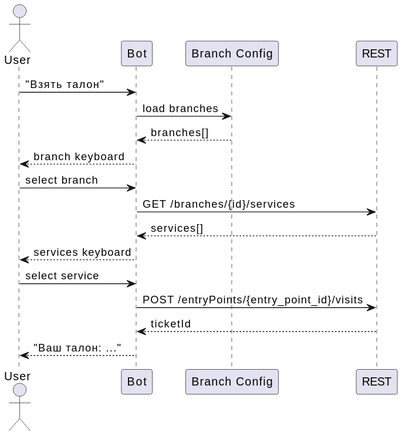
Earlier version of the PlantUML export docs/diagrams/ticket-sequence.svg (psokolov25/chatbot). Source of this version:
```plantuml
@startuml
skinparam backgroundColor transparent
actor User
participant Bot
participant "Branch Config" as Config
participant REST

User -> Bot: "Взять талон"
Bot -> Config: load branches
Config --> Bot: branches[]
Bot --> User: branch keyboard
User -> Bot: select branch
Bot -> REST: GET /branches/{id}/services
REST --> Bot: services[]
Bot --> User: services keyboard
User -> Bot: select service
Bot -> REST: POST /entryPoints/{entry_point_id}/visits
REST --> Bot: ticketId
Bot --> User: "Ваш талон: ..."
@enduml
```
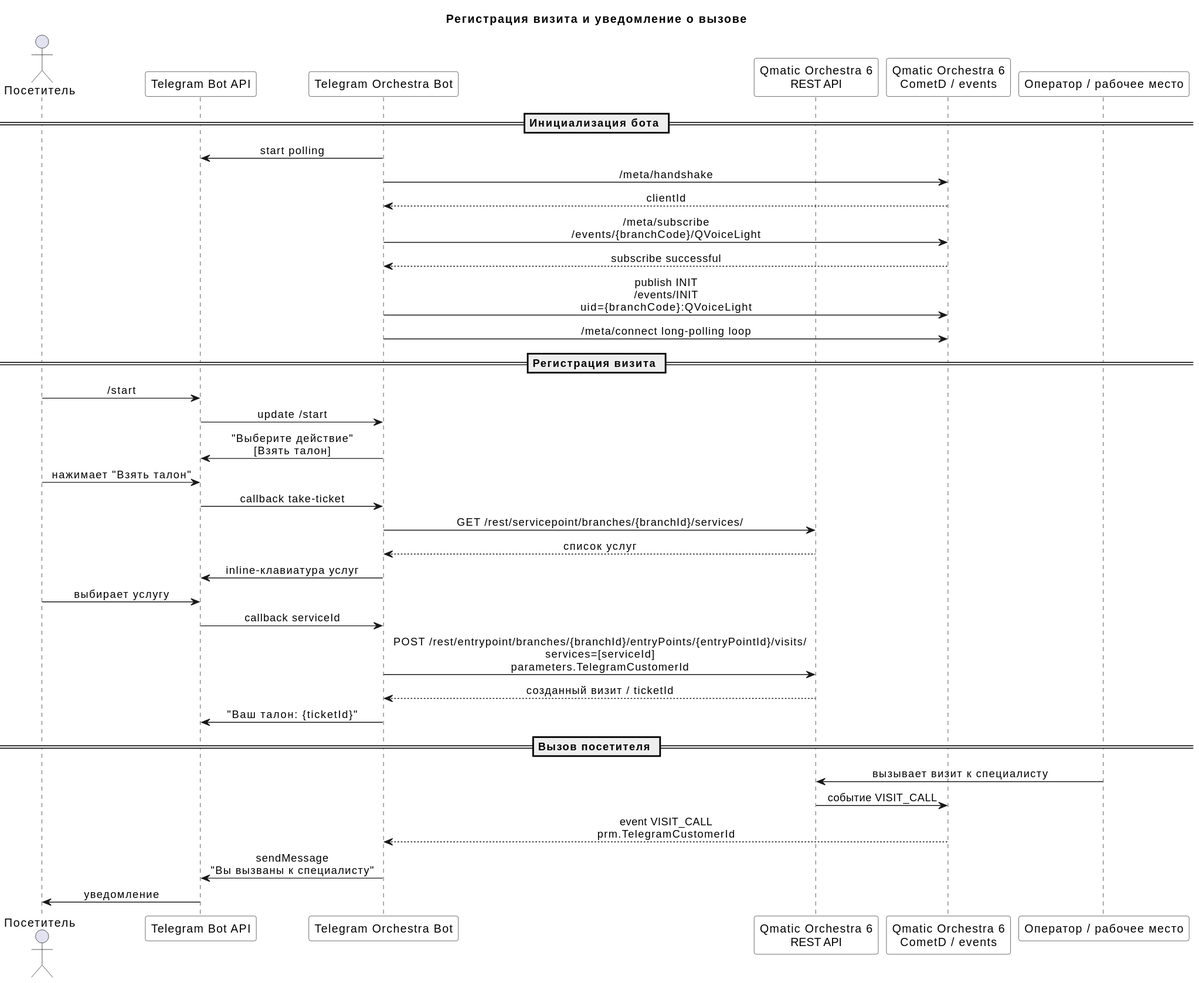
After the commit.

The edit, as a diff of the source:
```diff
@@ -1,20 +1,55 @@
 @startuml
-skinparam backgroundColor transparent
-actor User
-participant Bot
-participant "Branch Config" as Config
-participant REST
+title Регистрация визита и уведомление о вызове
 
-User -> Bot: "Взять талон"
-Bot -> Config: load branches
-Config --> Bot: branches[]
-Bot --> User: branch keyboard
-User -> Bot: select branch
-Bot -> REST: GET /branches/{id}/services
-REST --> Bot: services[]
-Bot --> User: services keyboard
-User -> Bot: select service
-Bot -> REST: POST /entryPoints/{entry_point_id}/visits
-REST --> Bot: ticketId
-Bot --> User: "Ваш талон: ..."
+skinparam shadowing false
+skinparam sequenceMessageAlign center
+skinparam defaultFontName Arial
+skinparam participant {
+  BackgroundColor White
+  BorderColor #333333
+}
+
+actor "Посетитель" as User
+participant "Telegram Bot API" as Telegram
+participant "Telegram Orchestra Bot" as Bot
+participant "Qmatic Orchestra 6\nREST API" as Rest
+participant "Qmatic Orchestra 6\nCometD / events" as CometD
+participant "Оператор / рабочее место" as Operator
+
+== Инициализация бота ==
+
+Bot -> Telegram : start polling
+Bot -> CometD : /meta/handshake
+CometD --> Bot : clientId
+Bot -> CometD : /meta/subscribe\n/events/{branchCode}/QVoiceLight
+CometD --> Bot : subscribe successful
+Bot -> CometD : publish INIT\n/events/INIT\nuid={branchCode}:QVoiceLight
+Bot -> CometD : /meta/connect long-polling loop
+
+== Регистрация визита ==
+
+User -> Telegram : /start
+Telegram -> Bot : update /start
+Bot -> Telegram : "Выберите действие"\n[Взять талон]
+User -> Telegram : нажимает "Взять талон"
+Telegram -> Bot : callback take-ticket
+
+Bot -> Rest : GET /rest/servicepoint/branches/{branchId}/services/
+Rest --> Bot : список услуг
+Bot -> Telegram : inline-клавиатура услуг
+
+User -> Telegram : выбирает услугу
+Telegram -> Bot : callback serviceId
+
+Bot -> Rest : POST /rest/entrypoint/branches/{branchId}/entryPoints/{entryPointId}/visits/\nservices=[serviceId]\nparameters.TelegramCustomerId
+Rest --> Bot : созданный визит / ticketId
+Bot -> Telegram : "Ваш талон: {ticketId}"
+
+== Вызов посетителя ==
+
+Operator -> Rest : вызывает визит к специалисту
+Rest -> CometD : событие VISIT_CALL
+CometD --> Bot : event VISIT_CALL\nprm.TelegramCustomerId
+Bot -> Telegram : sendMessage\n"Вы вызваны к специалисту"
+Telegram -> User : уведомление
 @enduml
```
